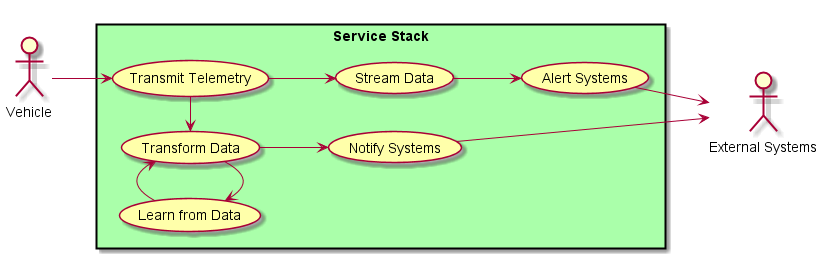
Before: docs/Solution/Service-Stack/UseCases.png, a diagram exported from PlantUML (CAADE/ADC).
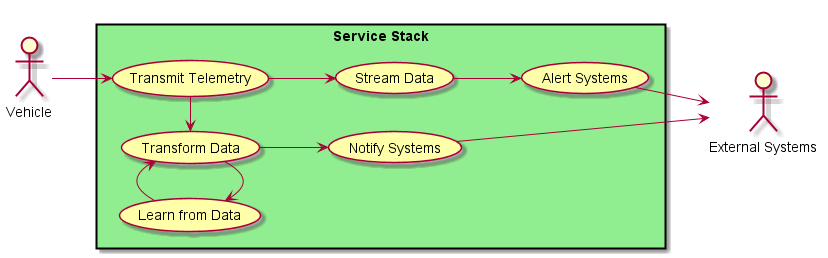
After the commit.

Diff of the diagram source:
```diff
@@ -4,13 +4,13 @@
 
 skinparam usecase {
   BackgroundColor #ffffaa
-  BackgroundColor<<Main>> #aaffff
+  BackgroundColor<<Main>> #lightblue
 }
 actor :Vehicle: as Car
 actor :External Systems: as ES
 
 
-rectangle "Service Stack" #aaffaa {
+rectangle "Service Stack" #lightgreen {
     UseCase UC1 as "Transmit Telemetry"
     UseCase UC2 as "Transform Data"
     UseCase UC3 as "Stream Data"
```
